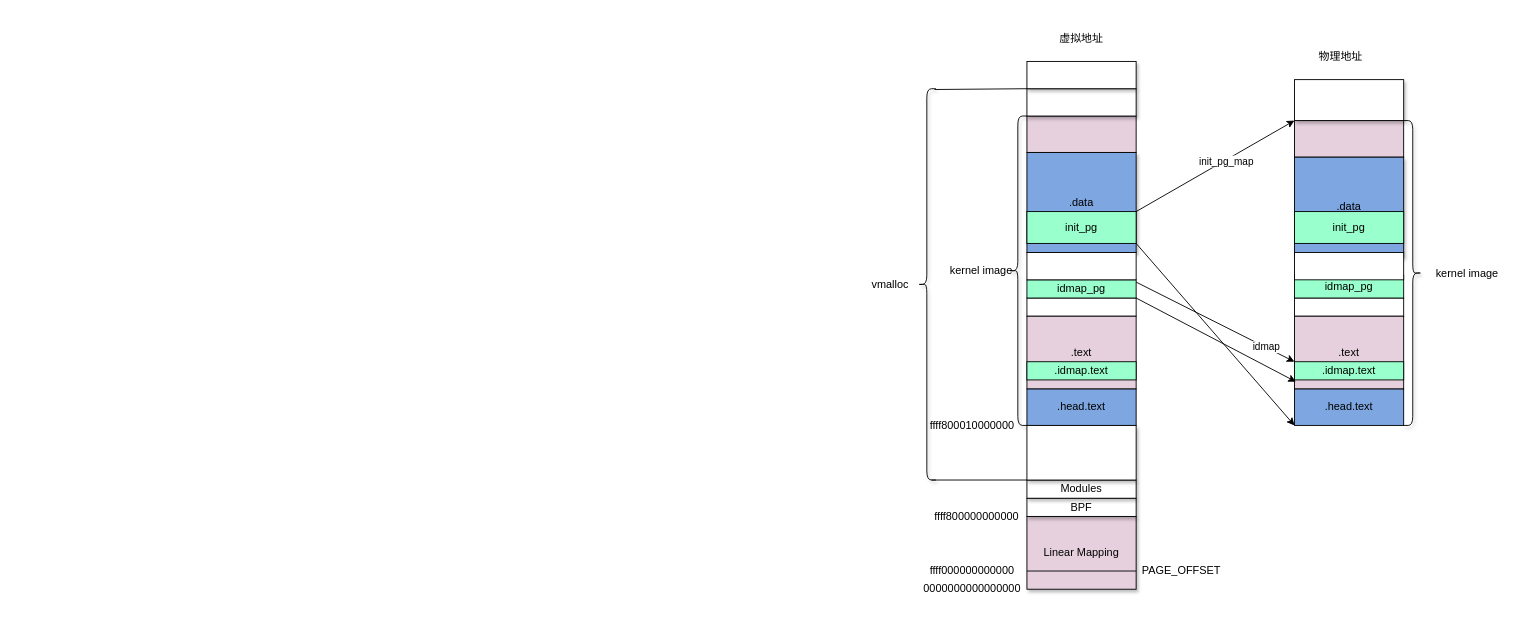
Earlier version of the draw.io diagram kernel_start.drawio (jasonactions/graph). Source tidied: cells renumbered, new cells numbered last; positions are measured from the earlier drawing's top-left corner, leaving out a move shared by most shapes. Both pictures are drawn from the tidied source at 91%, with x=0, y=0 at pixel (854, 29).
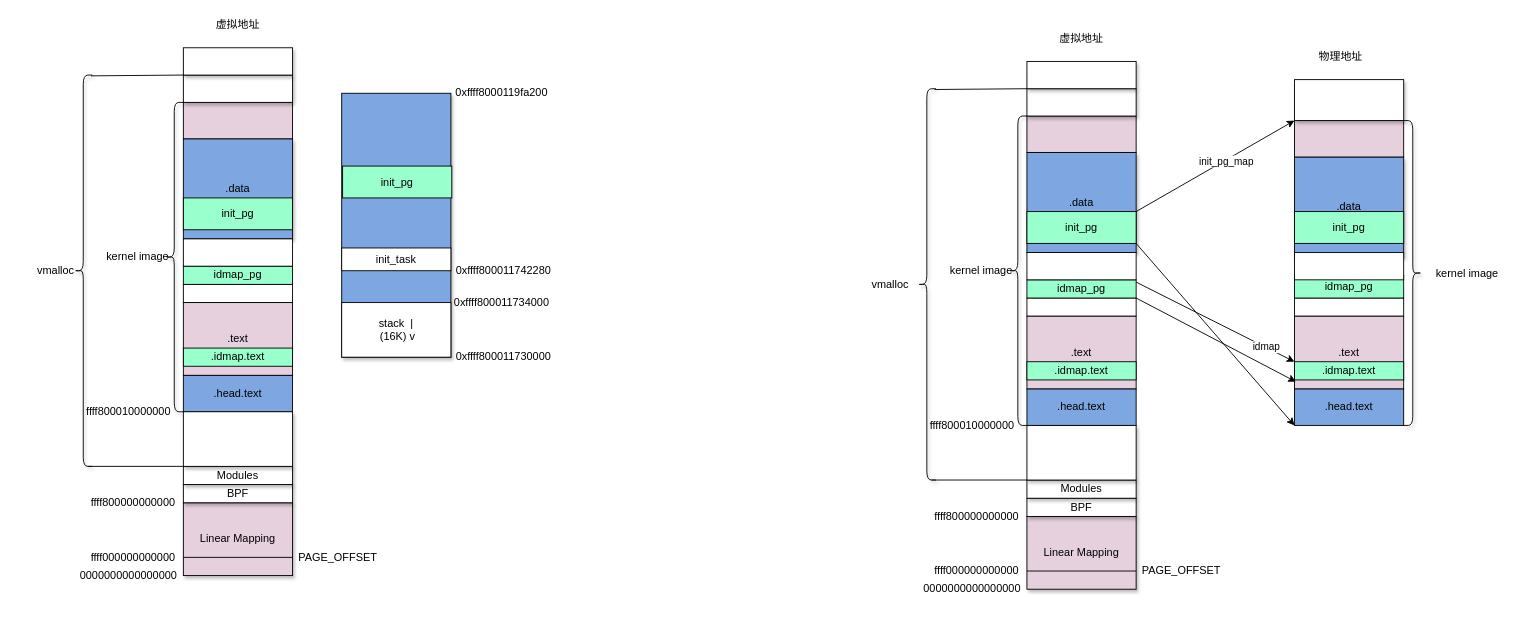
The same page after the edit.

Change to the diagram source:
```diff
@@
     <mxCell id="35" value="ffff000000000000" style="text;html=1;strokeColor=none;fillColor=none;align=center;verticalAlign=middle;whiteSpace=wrap;rounded=0;shadow=1;" parent="1" vertex="1">
-      <mxGeometry x="75" y="585" width="110" height="20" as="geometry" />
+      <mxGeometry x="80" y="585" width="110" height="20" as="geometry" />
     </mxCell>
@@
+    <mxCell id="50" style="rounded=0;whiteSpace=wrap;html=1;fillColor=#FFFFFF;" parent="1" vertex="1">
+      <mxGeometry x="-737" y="280" width="120" height="20" as="geometry" />
+    </mxCell>
+    <mxCell id="51" value="idmap_pg" style="rounded=0;whiteSpace=wrap;html=1;fillColor=#99FFCC;" parent="1" vertex="1">
+      <mxGeometry x="-737" y="260" width="120" height="20" as="geometry" />
+    </mxCell>
+    <mxCell id="52" value=".data" style="rounded=0;whiteSpace=wrap;html=1;fillColor=#7EA6E0;shadow=1;" parent="1" vertex="1">
+      <mxGeometry x="-737" y="120" width="120" height="110" as="geometry" />
+    </mxCell>
+    <mxCell id="53" value="虚拟地址" style="text;html=1;strokeColor=none;fillColor=none;align=center;verticalAlign=middle;whiteSpace=wrap;rounded=0;" parent="1" vertex="1">
+      <mxGeometry x="-712" y="-15" width="70" height="20" as="geometry" />
+    </mxCell>
+    <mxCell id="54" value=".text" style="rounded=0;whiteSpace=wrap;html=1;fillColor=#E6D0DE;" parent="1" vertex="1">
+      <mxGeometry x="-737" y="300" width="120" height="80" as="geometry" />
+    </mxCell>
+    <mxCell id="55" value=".head.text" style="rounded=0;whiteSpace=wrap;html=1;fillColor=#7EA6E0;" parent="1" vertex="1">
+      <mxGeometry x="-737" y="380" width="120" height="40" as="geometry" />
+    </mxCell>
+    <mxCell id="56" value="init_pg" style="rounded=0;whiteSpace=wrap;html=1;fillColor=#99FFCC;" parent="1" vertex="1">
+      <mxGeometry x="-737" y="185" width="120" height="35" as="geometry" />
+    </mxCell>
+    <mxCell id="57" style="rounded=0;whiteSpace=wrap;html=1;fillColor=#FFFFFF;" parent="1" vertex="1">
+      <mxGeometry x="-737" y="230" width="120" height="30" as="geometry" />
+    </mxCell>
+    <mxCell id="58" style="rounded=0;whiteSpace=wrap;html=1;fillColor=#E6D0DE;" parent="1" vertex="1">
+      <mxGeometry x="-737" y="80" width="120" height="40" as="geometry" />
+    </mxCell>
+    <mxCell id="59" style="rounded=0;whiteSpace=wrap;html=1;shadow=1;fillColor=#FFFFFF;" parent="1" vertex="1">
+      <mxGeometry x="-737" y="50" width="120" height="30" as="geometry" />
+    </mxCell>
+    <mxCell id="60" value="Linear Mapping" style="rounded=0;whiteSpace=wrap;html=1;shadow=1;fillColor=#E6D0DE;" parent="1" vertex="1">
+      <mxGeometry x="-737" y="520" width="120" height="80" as="geometry" />
+    </mxCell>
+    <mxCell id="61" value="ffff800010000000" style="text;html=1;strokeColor=none;fillColor=none;align=center;verticalAlign=middle;whiteSpace=wrap;rounded=0;shadow=1;" parent="1" vertex="1">
+      <mxGeometry x="-847" y="410" width="100" height="20" as="geometry" />
+    </mxCell>
+    <mxCell id="62" style="shape=curlyBracket;whiteSpace=wrap;html=1;rounded=1;shadow=1;fillColor=#FFFFFF;size=0;" parent="1" vertex="1">
+      <mxGeometry x="-887" y="200" height="120" as="geometry" />
+    </mxCell>
+    <mxCell id="63" style="shape=curlyBracket;whiteSpace=wrap;html=1;rounded=1;shadow=1;fillColor=#FFFFFF;" parent="1" vertex="1">
+      <mxGeometry x="-757" y="80" width="20" height="340" as="geometry" />
+    </mxCell>
+    <mxCell id="64" value="kernel image" style="text;html=1;strokeColor=none;fillColor=none;align=center;verticalAlign=middle;whiteSpace=wrap;rounded=0;shadow=1;" parent="1" vertex="1">
+      <mxGeometry x="-827" y="240" width="80" height="20" as="geometry" />
+    </mxCell>
+    <mxCell id="65" value="0000000000000000" style="text;html=1;strokeColor=none;fillColor=none;align=center;verticalAlign=middle;whiteSpace=wrap;rounded=0;shadow=1;" parent="1" vertex="1">
+      <mxGeometry x="-847" y="590" width="100" height="20" as="geometry" />
+    </mxCell>
+    <mxCell id="66" value="ffff800000000000" style="text;html=1;strokeColor=none;fillColor=none;align=center;verticalAlign=middle;whiteSpace=wrap;rounded=0;shadow=1;" parent="1" vertex="1">
+      <mxGeometry x="-842" y="510" width="100" height="20" as="geometry" />
+    </mxCell>
+    <mxCell id="67" value="ffff000000000000" style="text;html=1;strokeColor=none;fillColor=none;align=center;verticalAlign=middle;whiteSpace=wrap;rounded=0;shadow=1;" parent="1" vertex="1">
+      <mxGeometry x="-847" y="570" width="110" height="20" as="geometry" />
+    </mxCell>
+    <mxCell id="68" style="endArrow=none;html=1;exitX=0;exitY=0.75;exitDx=0;exitDy=0;entryX=1;entryY=0.75;entryDx=0;entryDy=0;" parent="1" edge="1" source="60" target="60">
+      <mxGeometry relative="1" as="geometry" />
+    </mxCell>
+    <mxCell id="69" value="BPF" style="rounded=0;whiteSpace=wrap;html=1;shadow=1;fillColor=#FFFFFF;" parent="1" vertex="1">
+      <mxGeometry x="-737" y="500" width="120" height="20" as="geometry" />
+    </mxCell>
+    <mxCell id="70" value="Modules" style="rounded=0;whiteSpace=wrap;html=1;shadow=1;fillColor=#FFFFFF;" parent="1" vertex="1">
+      <mxGeometry x="-737" y="480" width="120" height="20" as="geometry" />
+    </mxCell>
+    <mxCell id="71" style="rounded=0;whiteSpace=wrap;html=1;shadow=1;fillColor=#FFFFFF;" parent="1" vertex="1">
+      <mxGeometry x="-737" y="420" width="120" height="60" as="geometry" />
+    </mxCell>
+    <mxCell id="72" style="shape=curlyBracket;whiteSpace=wrap;html=1;rounded=1;shadow=1;fillColor=#FFFFFF;" parent="1" vertex="1">
+      <mxGeometry x="-857" y="50" width="20" height="430" as="geometry" />
+    </mxCell>
+    <mxCell id="73" style="rounded=0;whiteSpace=wrap;html=1;shadow=1;fillColor=#FFFFFF;" parent="1" vertex="1">
+      <mxGeometry x="-737" y="20" width="120" height="30" as="geometry" />
+    </mxCell>
+    <mxCell id="74" value=".idmap.text" style="rounded=0;whiteSpace=wrap;html=1;fillColor=#99FFCC;" parent="1" vertex="1">
+      <mxGeometry x="-737" y="350" width="120" height="20" as="geometry" />
+    </mxCell>
+    <mxCell id="75" style="endArrow=none;html=1;entryX=0;entryY=0;entryDx=0;entryDy=0;exitX=0.75;exitY=1;exitDx=0;exitDy=0;" parent="1" edge="1" source="72" target="70">
+      <mxGeometry relative="1" as="geometry" />
+    </mxCell>
+    <mxCell id="76" style="endArrow=none;html=1;entryX=0;entryY=0;entryDx=0;entryDy=0;exitX=0.925;exitY=0.002;exitDx=0;exitDy=0;exitPerimeter=0;" parent="1" edge="1" source="72" target="59">
+      <mxGeometry relative="1" as="geometry" />
+    </mxCell>
+    <mxCell id="77" value="PAGE_OFFSET" style="text;html=1;strokeColor=none;fillColor=none;align=center;verticalAlign=middle;whiteSpace=wrap;rounded=0;shadow=1;" parent="1" vertex="1">
+      <mxGeometry x="-617" y="570" width="100" height="20" as="geometry" />
+    </mxCell>
+    <mxCell id="78" value="vmalloc" style="text;html=1;strokeColor=none;fillColor=none;align=center;verticalAlign=middle;whiteSpace=wrap;rounded=0;shadow=1;" parent="1" vertex="1">
+      <mxGeometry x="-917" y="255" width="80" height="20" as="geometry" />
+    </mxCell>
+    <mxCell id="79" style="rounded=0;whiteSpace=wrap;html=1;fillColor=#7EA6E0;shadow=1;" parent="1" vertex="1">
+      <mxGeometry x="-563" y="70" width="120" height="290" as="geometry" />
+    </mxCell>
+    <mxCell id="80" value="0xffff800011730000" style="text;html=1;strokeColor=none;fillColor=none;align=center;verticalAlign=middle;whiteSpace=wrap;rounded=0;" parent="1" vertex="1">
+      <mxGeometry x="-440" y="350" width="110" height="20" as="geometry" />
+    </mxCell>
+    <mxCell id="81" value="0xffff8000119fa200" style="text;html=1;strokeColor=none;fillColor=none;align=center;verticalAlign=middle;whiteSpace=wrap;rounded=0;" parent="1" vertex="1">
+      <mxGeometry x="-440" y="60" width="106" height="20" as="geometry" />
+    </mxCell>
+    <mxCell id="82" value="init_task" style="rounded=0;whiteSpace=wrap;html=1;" parent="1" vertex="1">
+      <mxGeometry x="-563" y="240" width="120" height="25" as="geometry" />
+    </mxCell>
+    <mxCell id="83" value="0xffff800011742280" style="text;html=1;strokeColor=none;fillColor=none;align=center;verticalAlign=middle;whiteSpace=wrap;rounded=0;" parent="1" vertex="1">
+      <mxGeometry x="-440" y="255" width="110" height="20" as="geometry" />
+    </mxCell>
+    <mxCell id="84" value="stack&amp;nbsp; |&lt;br&gt;&amp;nbsp;(16K) v" style="rounded=0;whiteSpace=wrap;html=1;" parent="1" vertex="1">
+      <mxGeometry x="-563" y="300" width="120" height="60" as="geometry" />
+    </mxCell>
+    <mxCell id="85" value="0xffff800011734000" style="text;html=1;strokeColor=none;fillColor=none;align=center;verticalAlign=middle;whiteSpace=wrap;rounded=0;" parent="1" vertex="1">
+      <mxGeometry x="-442" y="290" width="110" height="20" as="geometry" />
+    </mxCell>
+    <mxCell id="86" value="init_pg" style="rounded=0;whiteSpace=wrap;html=1;fillColor=#99FFCC;" parent="1" vertex="1">
+      <mxGeometry x="-562" y="150" width="120" height="35" as="geometry" />
+    </mxCell>
```
